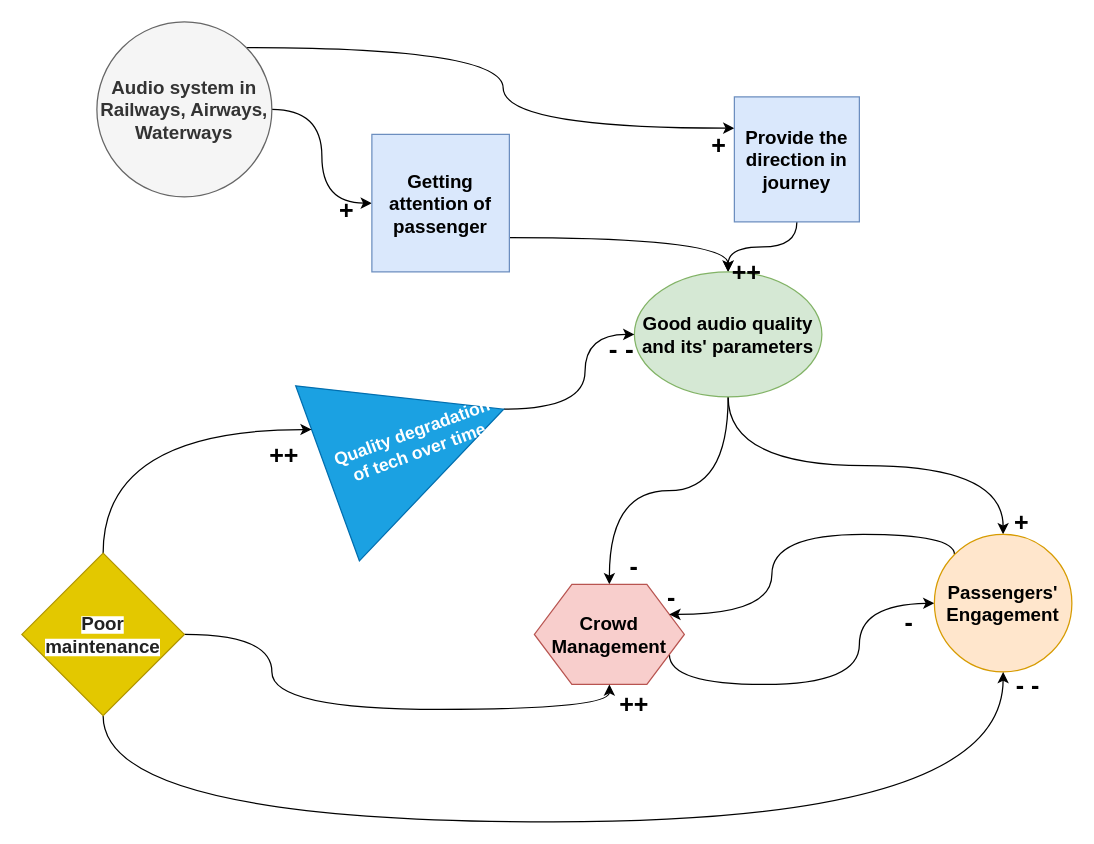
Above: Audio_system_transportation_system.drawio in mkmishra2000/manas (draw.io), before the change. Source tidied: cells renumbered, new cells numbered last; positions are measured from the earlier drawing's top-left corner, leaving out a move shared by most shapes. Both pictures are drawn from the tidied source at 125%, with x=0, y=0 at pixel (21, 21).
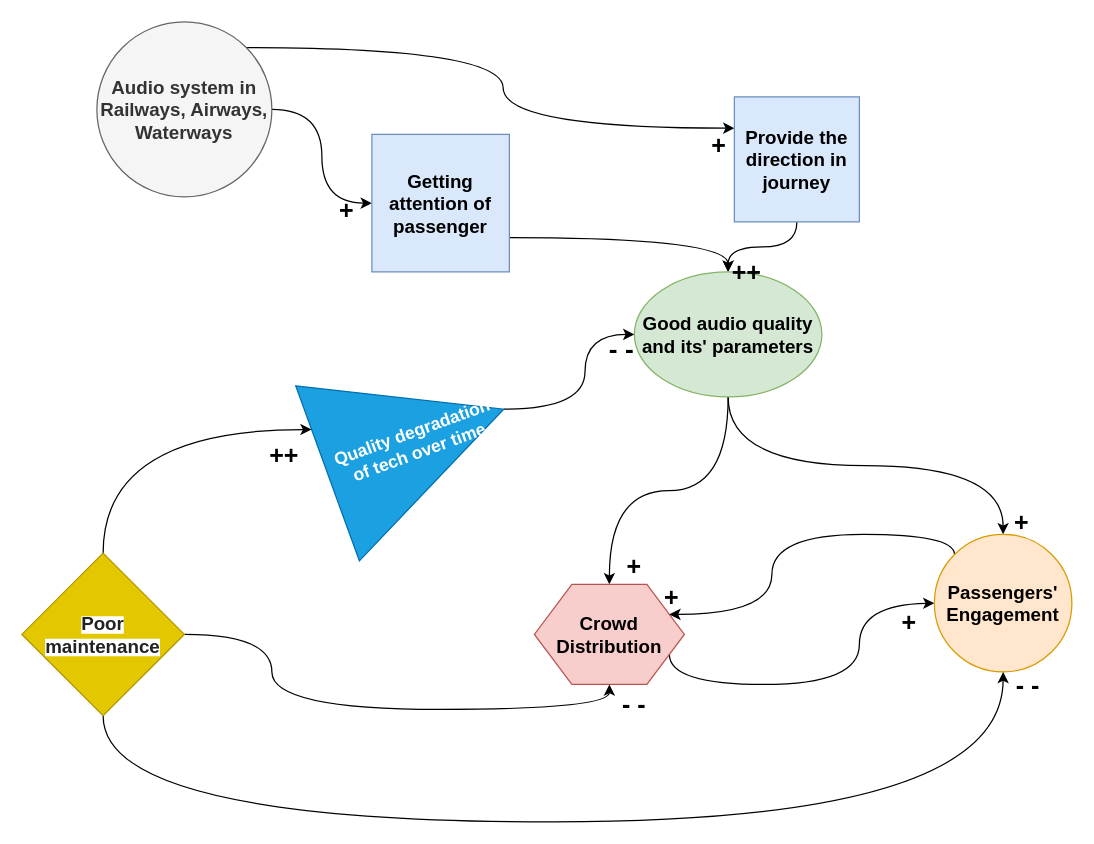
Above is the later version.

Change to the diagram source:
```diff
@@
-    <mxCell id="13" value="&lt;b&gt;&lt;font style=&quot;font-size: 15px&quot;&gt;Crowd Management&lt;/font&gt;&lt;/b&gt;" style="shape=hexagon;perimeter=hexagonPerimeter2;whiteSpace=wrap;html=1;fillColor=#f8cecc;strokeColor=#b85450;" parent="1" vertex="1">
+    <mxCell id="13" value="&lt;b&gt;&lt;font style=&quot;font-size: 15px&quot;&gt;Crowd Distribution&lt;/font&gt;&lt;/b&gt;" style="shape=hexagon;perimeter=hexagonPerimeter2;whiteSpace=wrap;html=1;fillColor=#f8cecc;strokeColor=#b85450;" parent="1" vertex="1">
       <mxGeometry x="410" y="450" width="120" height="80" as="geometry" />
     </mxCell>
@@
-    <mxCell id="27" value="&lt;span style=&quot;font-size: 20px&quot;&gt;&lt;b&gt;++&lt;/b&gt;&lt;/span&gt;" style="text;html=1;strokeColor=none;fillColor=none;align=center;verticalAlign=middle;whiteSpace=wrap;rounded=0;" parent="1" vertex="1">
+    <mxCell id="27" value="&lt;span style=&quot;font-size: 20px&quot;&gt;&lt;b&gt;- -&lt;/b&gt;&lt;/span&gt;" style="text;html=1;strokeColor=none;fillColor=none;align=center;verticalAlign=middle;whiteSpace=wrap;rounded=0;" parent="1" vertex="1">
       <mxGeometry x="470" y="535" width="40" height="20" as="geometry" />
     </mxCell>
@@
-    <mxCell id="29" value="&lt;span style=&quot;font-size: 20px&quot;&gt;&lt;b&gt;-&lt;/b&gt;&lt;/span&gt;" style="text;html=1;strokeColor=none;fillColor=none;align=center;verticalAlign=middle;whiteSpace=wrap;rounded=0;" parent="1" vertex="1">
+    <mxCell id="29" value="&lt;span style=&quot;font-size: 20px&quot;&gt;&lt;b&gt;+&lt;/b&gt;&lt;/span&gt;" style="text;html=1;strokeColor=none;fillColor=none;align=center;verticalAlign=middle;whiteSpace=wrap;rounded=0;" parent="1" vertex="1">
       <mxGeometry x="470" y="425" width="40" height="20" as="geometry" />
     </mxCell>
@@
-    <mxCell id="31" value="&lt;b&gt;&lt;font style=&quot;font-size: 20px&quot;&gt;-&lt;/font&gt;&lt;/b&gt;" style="text;html=1;strokeColor=none;fillColor=none;align=center;verticalAlign=middle;whiteSpace=wrap;rounded=0;" parent="1" vertex="1">
+    <mxCell id="31" value="&lt;span style=&quot;font-size: 20px&quot;&gt;&lt;b&gt;+&lt;/b&gt;&lt;/span&gt;" style="text;html=1;strokeColor=none;fillColor=none;align=center;verticalAlign=middle;whiteSpace=wrap;rounded=0;" parent="1" vertex="1">
       <mxGeometry x="500" y="450" width="40" height="20" as="geometry" />
     </mxCell>
-    <mxCell id="32" value="&lt;b&gt;&lt;font style=&quot;font-size: 20px&quot;&gt;-&lt;/font&gt;&lt;/b&gt;" style="text;html=1;strokeColor=none;fillColor=none;align=center;verticalAlign=middle;whiteSpace=wrap;rounded=0;" parent="1" vertex="1">
+    <mxCell id="32" value="&lt;span style=&quot;font-size: 20px&quot;&gt;&lt;b&gt;+&lt;/b&gt;&lt;/span&gt;" style="text;html=1;strokeColor=none;fillColor=none;align=center;verticalAlign=middle;whiteSpace=wrap;rounded=0;" parent="1" vertex="1">
       <mxGeometry x="690" y="470" width="40" height="20" as="geometry" />
     </mxCell>
```
